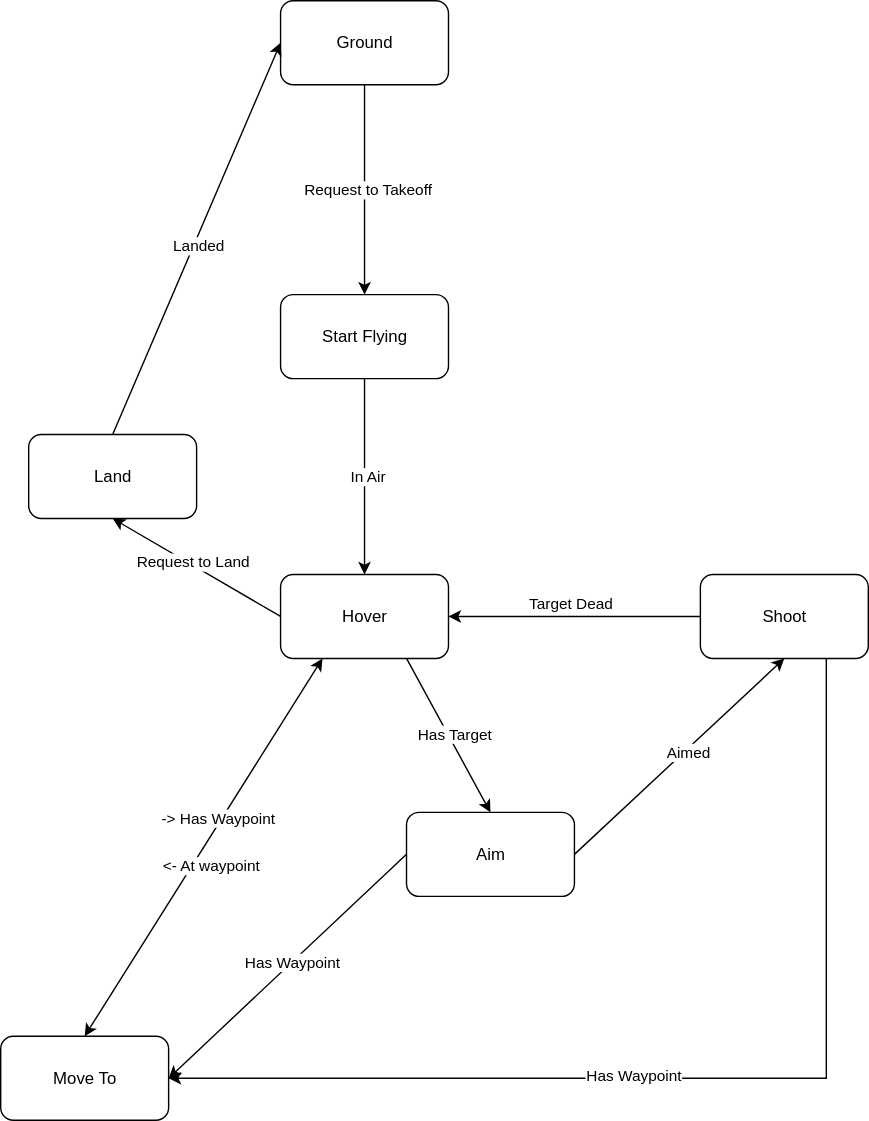
some-evil-kitty/jen_jetpacks keeps this draw.io diagram as addons/ai/diagrams/Jetpack Flight FSM.drawio.svg. Above is the earlier version. Source tidied: cells renumbered, new cells last; positions are measured from the earlier drawing's top-left corner, leaving out a move shared by most shapes. Source of this version:
```xml
<mxGraphModel>
  <root>
    <mxCell id="0" />
    <mxCell id="1" parent="0" />
    <mxCell id="2" value="Ground" style="rounded=1;whiteSpace=wrap;html=1;" parent="1" vertex="1">
      <mxGeometry x="200" width="120" height="60" as="geometry" />
    </mxCell>
    <mxCell id="3" style="edgeStyle=orthogonalEdgeStyle;rounded=0;jettySize=auto;html=1;exitX=0.5;exitY=1;exitDx=0;exitDy=0;entryX=0.5;entryY=0;entryDx=0;entryDy=0;" parent="1" edge="1" source="5" target="8">
      <mxGeometry relative="1" as="geometry" />
    </mxCell>
    <mxCell id="4" value="In Air" style="edgeLabel;html=1;align=center;verticalAlign=middle;" parent="3" vertex="1">
      <mxGeometry x="-0.01" y="1" relative="1" as="geometry" />
    </mxCell>
    <mxCell id="5" value="Start Flying" style="rounded=1;whiteSpace=wrap;html=1;" parent="1" vertex="1">
      <mxGeometry x="200" y="210" width="120" height="60" as="geometry" />
    </mxCell>
    <mxCell id="6" style="endArrow=classic;html=1;rounded=0;exitX=0.5;exitY=1;exitDx=0;exitDy=0;entryX=0.5;entryY=0;entryDx=0;entryDy=0;" parent="1" edge="1" source="2" target="5">
      <mxGeometry relative="1" as="geometry" />
    </mxCell>
    <mxCell id="7" value="Request to Takeoff" style="edgeLabel;html=1;align=center;verticalAlign=middle;" parent="6" vertex="1">
      <mxGeometry x="-0.01" y="1" relative="1" as="geometry" />
    </mxCell>
    <mxCell id="8" value="Hover" style="rounded=1;whiteSpace=wrap;html=1;" parent="1" vertex="1">
      <mxGeometry x="200" y="410" width="120" height="60" as="geometry" />
    </mxCell>
    <mxCell id="9" value="Aim" style="rounded=1;whiteSpace=wrap;html=1;" parent="1" vertex="1">
      <mxGeometry x="290" y="580" width="120" height="60" as="geometry" />
    </mxCell>
    <mxCell id="10" value="Move To" style="rounded=1;whiteSpace=wrap;html=1;" parent="1" vertex="1">
      <mxGeometry y="740" width="120" height="60" as="geometry" />
    </mxCell>
    <mxCell id="11" style="endArrow=classic;startArrow=classic;html=1;rounded=0;exitX=0.5;exitY=0;exitDx=0;exitDy=0;entryX=0.25;entryY=1;entryDx=0;entryDy=0;" parent="1" edge="1" source="10" target="8">
      <mxGeometry relative="1" as="geometry" />
    </mxCell>
    <mxCell id="12" value="-&amp;gt; Has Waypoint" style="edgeLabel;html=1;align=center;verticalAlign=middle;" parent="11" vertex="1">
      <mxGeometry x="0.1" y="-2" relative="1" as="geometry">
        <mxPoint y="-9" as="offset" />
      </mxGeometry>
    </mxCell>
    <mxCell id="13" value="&amp;lt;- At waypoint" style="edgeLabel;html=1;align=center;verticalAlign=middle;" parent="11" vertex="1">
      <mxGeometry x="-0.09" y="-1" relative="1" as="geometry">
        <mxPoint x="11" as="offset" />
      </mxGeometry>
    </mxCell>
    <mxCell id="14" style="endArrow=classic;html=1;rounded=0;entryX=1;entryY=0.5;entryDx=0;entryDy=0;exitX=0;exitY=0.5;exitDx=0;exitDy=0;" parent="1" edge="1" source="9" target="10">
      <mxGeometry relative="1" as="geometry" />
    </mxCell>
    <mxCell id="15" value="Has Waypoint" style="edgeLabel;html=1;align=center;verticalAlign=middle;" parent="14" vertex="1">
      <mxGeometry x="-0.03" y="-1" relative="1" as="geometry" />
    </mxCell>
    <mxCell id="16" value="Land" style="rounded=1;whiteSpace=wrap;html=1;" parent="1" vertex="1">
      <mxGeometry x="20" y="310" width="120" height="60" as="geometry" />
    </mxCell>
    <mxCell id="17" style="endArrow=classic;html=1;rounded=0;exitX=0;exitY=0.5;exitDx=0;exitDy=0;entryX=0.5;entryY=1;entryDx=0;entryDy=0;" parent="1" edge="1" source="8" target="16">
      <mxGeometry relative="1" as="geometry" />
    </mxCell>
    <mxCell id="18" value="Request to Land" style="edgeLabel;html=1;align=center;verticalAlign=middle;" parent="17" vertex="1">
      <mxGeometry x="0.04" y="2" relative="1" as="geometry">
        <mxPoint y="-5" as="offset" />
      </mxGeometry>
    </mxCell>
    <mxCell id="19" style="endArrow=classic;html=1;rounded=0;exitX=0.5;exitY=0;exitDx=0;exitDy=0;entryX=0;entryY=0.5;entryDx=0;entryDy=0;" parent="1" edge="1" source="16" target="2">
      <mxGeometry relative="1" as="geometry" />
    </mxCell>
    <mxCell id="20" value="Landed" style="edgeLabel;html=1;align=center;verticalAlign=middle;" parent="19" vertex="1">
      <mxGeometry x="-0.03" y="-2" relative="1" as="geometry" />
    </mxCell>
    <mxCell id="21" style="edgeStyle=orthogonalEdgeStyle;rounded=0;jettySize=auto;html=1;exitX=0.75;exitY=1;exitDx=0;exitDy=0;entryX=1;entryY=0.5;entryDx=0;entryDy=0;" parent="1" edge="1" source="23" target="10">
      <mxGeometry relative="1" as="geometry" />
    </mxCell>
    <mxCell id="22" value="Has Waypoint" style="edgeLabel;html=1;align=center;verticalAlign=middle;" parent="21" vertex="1">
      <mxGeometry x="0.14" y="-3" relative="1" as="geometry" />
    </mxCell>
    <mxCell id="23" value="Shoot" style="rounded=1;whiteSpace=wrap;html=1;" parent="1" vertex="1">
      <mxGeometry x="500" y="410" width="120" height="60" as="geometry" />
    </mxCell>
    <mxCell id="24" style="endArrow=classic;html=1;rounded=0;exitX=0.75;exitY=1;exitDx=0;exitDy=0;entryX=0.5;entryY=0;entryDx=0;entryDy=0;" parent="1" edge="1" source="8" target="9">
      <mxGeometry relative="1" as="geometry" />
    </mxCell>
    <mxCell id="25" value="Has Target" style="edgeLabel;html=1;align=center;verticalAlign=middle;" parent="24" vertex="1">
      <mxGeometry y="4" relative="1" as="geometry" />
    </mxCell>
    <mxCell id="26" style="endArrow=classic;html=1;rounded=0;exitX=1;exitY=0.5;exitDx=0;exitDy=0;entryX=0.5;entryY=1;entryDx=0;entryDy=0;" parent="1" edge="1" source="9" target="23">
      <mxGeometry relative="1" as="geometry" />
    </mxCell>
    <mxCell id="27" value="Aimed" style="edgeLabel;html=1;align=center;verticalAlign=middle;" parent="26" vertex="1">
      <mxGeometry x="0.06" y="-1" relative="1" as="geometry" />
    </mxCell>
    <mxCell id="28" style="endArrow=classic;html=1;rounded=0;exitX=0;exitY=0.5;exitDx=0;exitDy=0;entryX=1;entryY=0.5;entryDx=0;entryDy=0;" parent="1" edge="1" source="23" target="8">
      <mxGeometry relative="1" as="geometry" />
    </mxCell>
    <mxCell id="29" value="Target Dead" style="edgeLabel;html=1;align=center;verticalAlign=middle;" parent="28" vertex="1">
      <mxGeometry x="0.04" y="2" relative="1" as="geometry">
        <mxPoint y="-12" as="offset" />
      </mxGeometry>
    </mxCell>
  </root>
</mxGraphModel>
```
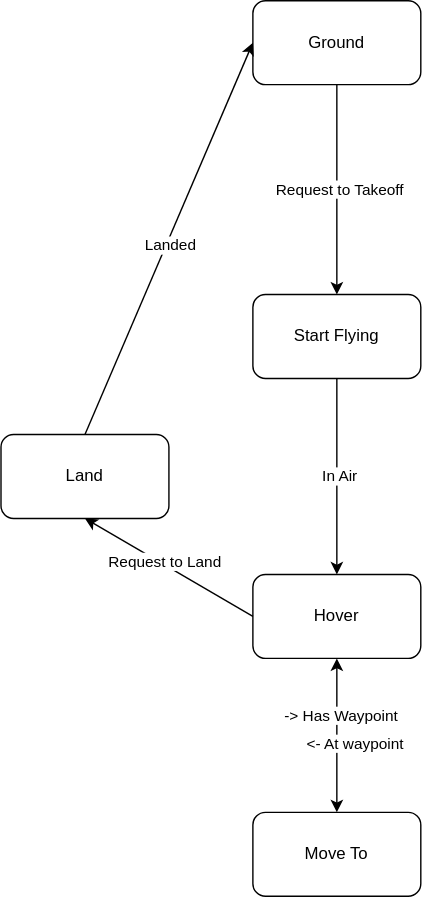
After the commit.

What changed in the source:
```diff
@@ -23,13 +23,10 @@
     <mxCell id="8" value="Hover" style="rounded=1;whiteSpace=wrap;html=1;" parent="1" vertex="1">
       <mxGeometry x="200" y="410" width="120" height="60" as="geometry" />
     </mxCell>
-    <mxCell id="9" value="Aim" style="rounded=1;whiteSpace=wrap;html=1;" parent="1" vertex="1">
-      <mxGeometry x="290" y="580" width="120" height="60" as="geometry" />
-    </mxCell>
     <mxCell id="10" value="Move To" style="rounded=1;whiteSpace=wrap;html=1;" parent="1" vertex="1">
-      <mxGeometry y="740" width="120" height="60" as="geometry" />
+      <mxGeometry x="200" y="580" width="120" height="60" as="geometry" />
     </mxCell>
-    <mxCell id="11" style="endArrow=classic;startArrow=classic;html=1;rounded=0;exitX=0.5;exitY=0;exitDx=0;exitDy=0;entryX=0.25;entryY=1;entryDx=0;entryDy=0;" parent="1" edge="1" source="10" target="8">
+    <mxCell id="11" style="endArrow=classic;startArrow=classic;html=1;rounded=0;exitX=0.5;exitY=0;exitDx=0;exitDy=0;entryX=0.5;entryY=1;entryDx=0;entryDy=0;" parent="1" edge="1" source="10" target="8">
       <mxGeometry relative="1" as="geometry" />
     </mxCell>
     <mxCell id="12" value="-&amp;gt; Has Waypoint" style="edgeLabel;html=1;align=center;verticalAlign=middle;" parent="11" vertex="1">
@@ -42,12 +39,6 @@
         <mxPoint x="11" as="offset" />
       </mxGeometry>
     </mxCell>
-    <mxCell id="14" style="endArrow=classic;html=1;rounded=0;entryX=1;entryY=0.5;entryDx=0;entryDy=0;exitX=0;exitY=0.5;exitDx=0;exitDy=0;" parent="1" edge="1" source="9" target="10">
-      <mxGeometry relative="1" as="geometry" />
-    </mxCell>
-    <mxCell id="15" value="Has Waypoint" style="edgeLabel;html=1;align=center;verticalAlign=middle;" parent="14" vertex="1">
-      <mxGeometry x="-0.03" y="-1" relative="1" as="geometry" />
-    </mxCell>
     <mxCell id="16" value="Land" style="rounded=1;whiteSpace=wrap;html=1;" parent="1" vertex="1">
       <mxGeometry x="20" y="310" width="120" height="60" as="geometry" />
     </mxCell>
@@ -65,34 +56,5 @@
     <mxCell id="20" value="Landed" style="edgeLabel;html=1;align=center;verticalAlign=middle;" parent="19" vertex="1">
       <mxGeometry x="-0.03" y="-2" relative="1" as="geometry" />
     </mxCell>
-    <mxCell id="21" style="edgeStyle=orthogonalEdgeStyle;rounded=0;jettySize=auto;html=1;exitX=0.75;exitY=1;exitDx=0;exitDy=0;entryX=1;entryY=0.5;entryDx=0;entryDy=0;" parent="1" edge="1" source="23" target="10">
-      <mxGeometry relative="1" as="geometry" />
-    </mxCell>
-    <mxCell id="22" value="Has Waypoint" style="edgeLabel;html=1;align=center;verticalAlign=middle;" parent="21" vertex="1">
-      <mxGeometry x="0.14" y="-3" relative="1" as="geometry" />
-    </mxCell>
-    <mxCell id="23" value="Shoot" style="rounded=1;whiteSpace=wrap;html=1;" parent="1" vertex="1">
-      <mxGeometry x="500" y="410" width="120" height="60" as="geometry" />
-    </mxCell>
-    <mxCell id="24" style="endArrow=classic;html=1;rounded=0;exitX=0.75;exitY=1;exitDx=0;exitDy=0;entryX=0.5;entryY=0;entryDx=0;entryDy=0;" parent="1" edge="1" source="8" target="9">
-      <mxGeometry relative="1" as="geometry" />
-    </mxCell>
-    <mxCell id="25" value="Has Target" style="edgeLabel;html=1;align=center;verticalAlign=middle;" parent="24" vertex="1">
-      <mxGeometry y="4" relative="1" as="geometry" />
-    </mxCell>
-    <mxCell id="26" style="endArrow=classic;html=1;rounded=0;exitX=1;exitY=0.5;exitDx=0;exitDy=0;entryX=0.5;entryY=1;entryDx=0;entryDy=0;" parent="1" edge="1" source="9" target="23">
-      <mxGeometry relative="1" as="geometry" />
-    </mxCell>
-    <mxCell id="27" value="Aimed" style="edgeLabel;html=1;align=center;verticalAlign=middle;" parent="26" vertex="1">
-      <mxGeometry x="0.06" y="-1" relative="1" as="geometry" />
-    </mxCell>
-    <mxCell id="28" style="endArrow=classic;html=1;rounded=0;exitX=0;exitY=0.5;exitDx=0;exitDy=0;entryX=1;entryY=0.5;entryDx=0;entryDy=0;" parent="1" edge="1" source="23" target="8">
-      <mxGeometry relative="1" as="geometry" />
-    </mxCell>
-    <mxCell id="29" value="Target Dead" style="edgeLabel;html=1;align=center;verticalAlign=middle;" parent="28" vertex="1">
-      <mxGeometry x="0.04" y="2" relative="1" as="geometry">
-        <mxPoint y="-12" as="offset" />
-      </mxGeometry>
-    </mxCell>
   </root>
 </mxGraphModel>
```
